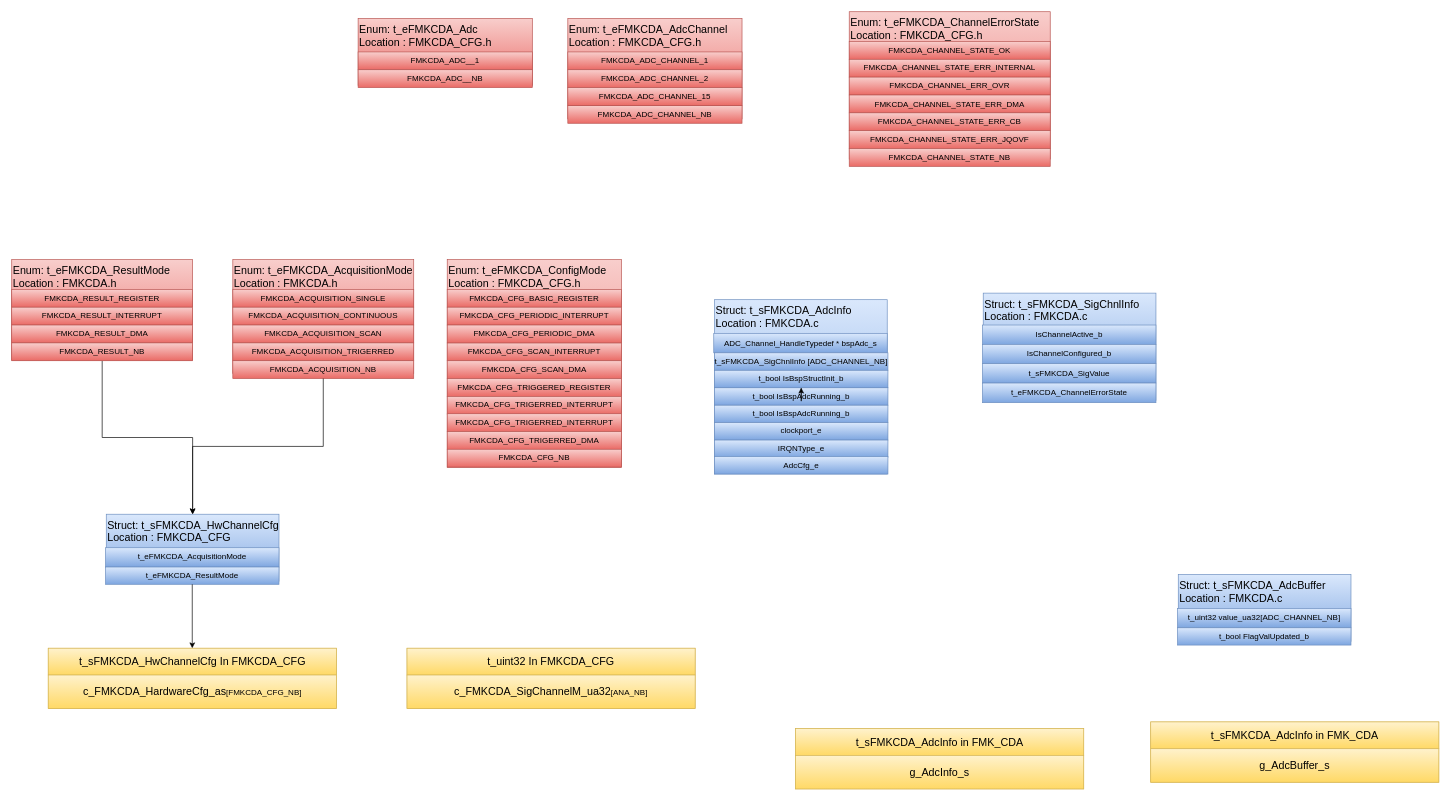
This is page "Types" (1 of 8) of src/1_FMK/FMK_HAL/FMK_CDA/Doc/FMK_CDA.drawio from mbarbeau0545/Stm32PrjTpl, a draw.io file, before an edit. Source tidied: cells renumbered, new cells numbered last; positions are measured from the earlier drawing's top-left corner, leaving out a move shared by most shapes. Both pictures are drawn from the tidied source at 67%, with x=0, y=0 at pixel (11, 11).
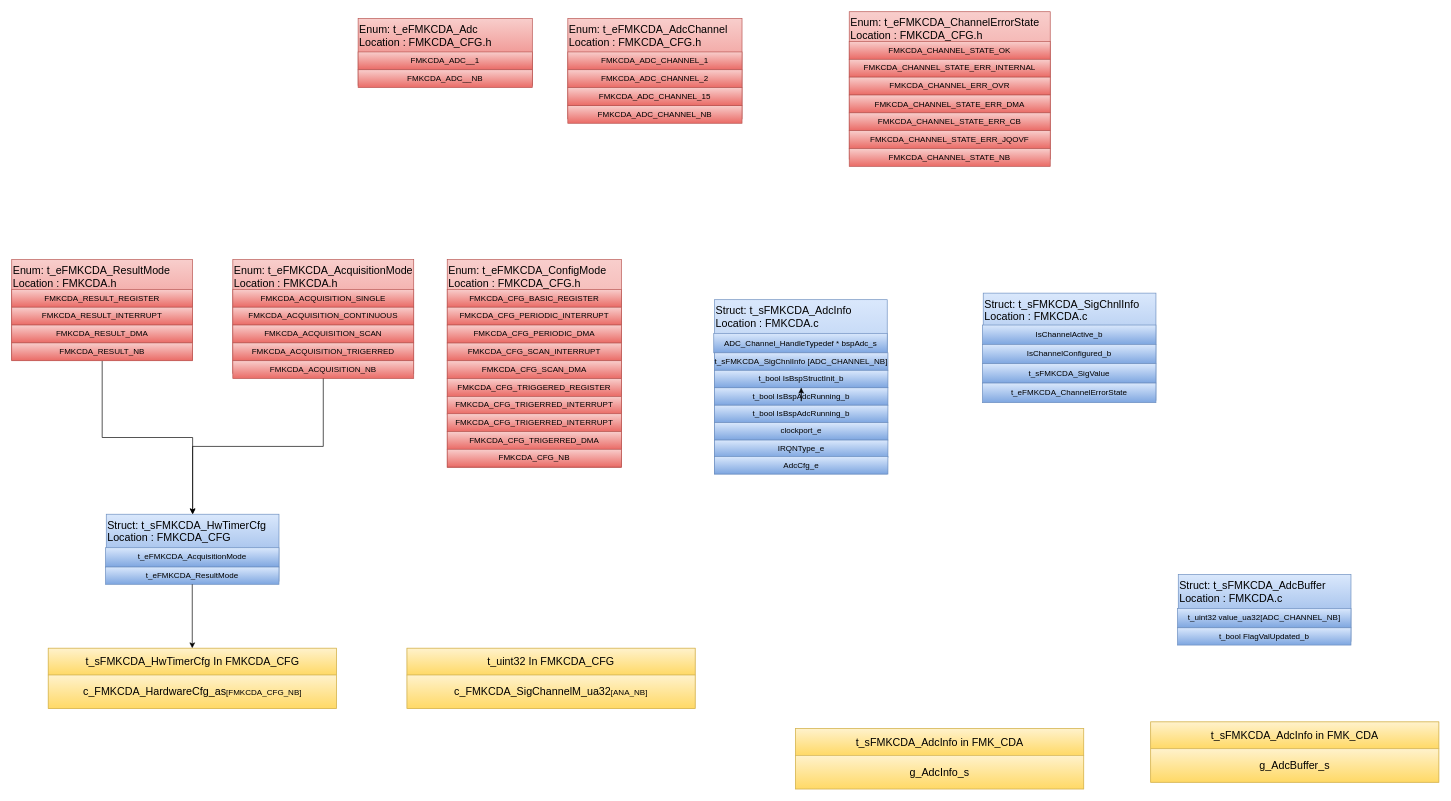
The same diagram, later.

The change refers to these unchanged cells:
```xml
<mxCell id="15" style="group;" parent="1" vertex="1">
  <mxGeometry x="140" y="750" width="258.9" height="104.6" as="geometry" />
</mxCell>
<mxCell id="20" style="group;" parent="1" vertex="1">
  <mxGeometry x="54.5" y="950" width="430" height="90" as="geometry" />
</mxCell>
```

Change to the diagram source:
```diff
@@
-    <mxCell id="16" value="&lt;span style=&quot;color: rgb(0, 0, 0); text-wrap: nowrap;&quot;&gt;Struct: t_sFMKCDA_HwChannelCfg&lt;/span&gt;&lt;div&gt;&lt;span style=&quot;color: rgb(0, 0, 0); text-wrap: nowrap;&quot;&gt;Location : FMKCDA_CFG&lt;/span&gt;&lt;/div&gt;" style="rounded=0;whiteSpace=wrap;html=1;verticalAlign=top;fillColor=#dae8fc;gradientColor=#7ea6e0;strokeColor=#6c8ebf;fontSize=16;align=left;fontStyle=0;" parent="15" vertex="1">
+    <mxCell id="16" value="&lt;span style=&quot;color: rgb(0, 0, 0); text-wrap: nowrap;&quot;&gt;Struct: t_sFMKCDA_HwTimerCfg&lt;/span&gt;&lt;div&gt;&lt;span style=&quot;color: rgb(0, 0, 0); text-wrap: nowrap;&quot;&gt;Location : FMKCDA_CFG&lt;/span&gt;&lt;/div&gt;" style="rounded=0;whiteSpace=wrap;html=1;verticalAlign=top;fillColor=#dae8fc;gradientColor=#7ea6e0;strokeColor=#6c8ebf;fontSize=16;align=left;fontStyle=0;" parent="15" vertex="1">
       <mxGeometry x="1.1" width="257.8" height="100" as="geometry" />
     </mxCell>
@@
-    <mxCell id="22" value="&lt;span style=&quot;font-size: 16px; text-align: left; text-wrap: nowrap;&quot;&gt;t_sFMKCDA_HwChannelCfg In FMKCDA_CFG&lt;/span&gt;" style="rounded=0;whiteSpace=wrap;html=1;fillColor=#fff2cc;gradientColor=#ffd966;strokeColor=#d6b656;fontColor=#000000;" parent="20" vertex="1">
+    <mxCell id="22" value="&lt;span style=&quot;font-size: 16px; text-align: left; text-wrap: nowrap;&quot;&gt;t_sFMKCDA_HwTimerCfg In FMKCDA_CFG&lt;/span&gt;" style="rounded=0;whiteSpace=wrap;html=1;fillColor=#fff2cc;gradientColor=#ffd966;strokeColor=#d6b656;fontColor=#000000;" parent="20" vertex="1">
       <mxGeometry width="430" height="40" as="geometry" />
     </mxCell>
```
